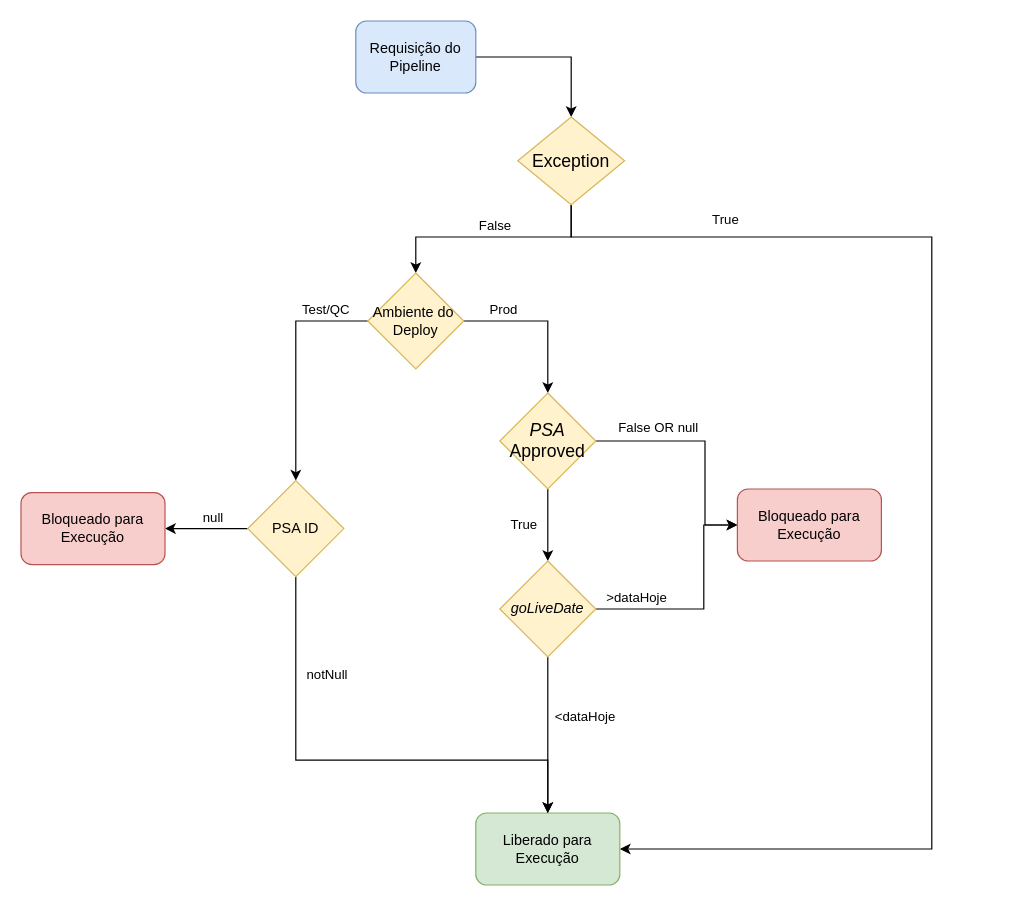
Before: DevSec.drawio in jovblopes/Internet-of-Things, a draw.io diagram. Source tidied: cells renumbered, new cells numbered last; positions are measured from the earlier drawing's top-left corner, leaving out a move shared by most shapes. Both pictures are drawn from the tidied source at 120%, with x=0, y=0 at pixel (20, 20).
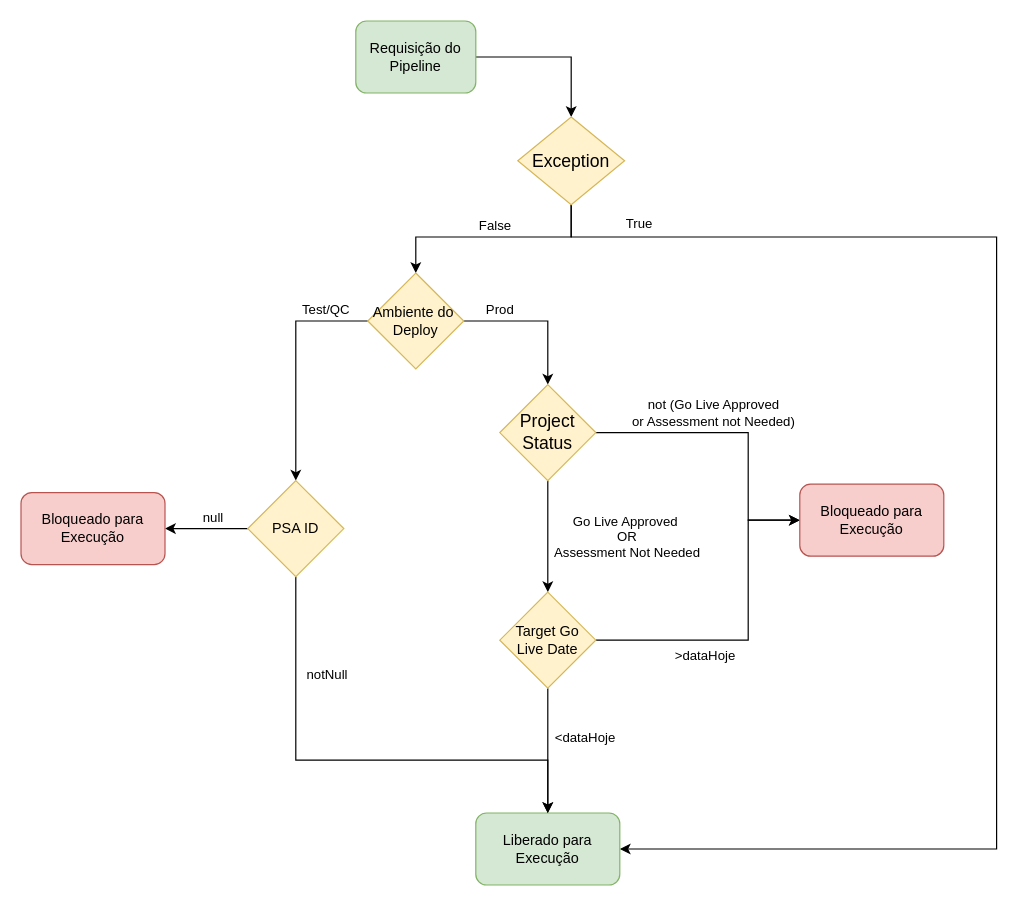
The same page after the edit.

The change refers to these unchanged cells:
```xml
<mxCell id="8" value="&lt;span lang=&quot;EN-US&quot; style=&quot;font-size: 11pt ; font-family: &amp;#34;calibri&amp;#34; , sans-serif&quot;&gt;Exception&lt;/span&gt;" style="rhombus;whiteSpace=wrap;html=1;fillColor=#fff2cc;strokeColor=#d6b656;" parent="1" vertex="1">
  <mxGeometry x="414" y="80" width="89" height="73" as="geometry" />
</mxCell>
<mxCell id="9" value="Liberado para Execução" style="rounded=1;whiteSpace=wrap;html=1;fillColor=#d5e8d4;strokeColor=#82b366;" parent="1" vertex="1">
  <mxGeometry x="379" y="660" width="120" height="60" as="geometry" />
</mxCell>
```

The edit, as a diff of the source:
```diff
@@
-    <mxCell id="3" value="Requisição do Pipeline" style="rounded=1;whiteSpace=wrap;html=1;fillColor=#dae8fc;strokeColor=#6c8ebf;" parent="1" vertex="1">
+    <mxCell id="3" value="Requisição do Pipeline" style="rounded=1;whiteSpace=wrap;html=1;fillColor=#d5e8d4;strokeColor=#82b366;" parent="1" vertex="1">
       <mxGeometry x="279" width="100" height="60" as="geometry" />
     </mxCell>
@@
     <mxCell id="6" style="edgeStyle=orthogonalEdgeStyle;rounded=0;jettySize=auto;html=1;entryX=1;entryY=0.5;entryDx=0;entryDy=0;" parent="1" edge="1" source="8" target="9">
       <mxGeometry relative="1" as="geometry">
         <Array as="points">
-          <mxPoint x="459" y="180" />
-          <mxPoint x="759" y="180" />
-          <mxPoint x="759" y="690" />
+          <mxPoint x="458" y="180" />
+          <mxPoint x="813" y="180" />
+          <mxPoint x="813" y="690" />
         </Array>
       </mxGeometry>
     </mxCell>
     <mxCell id="7" value="True" style="edgeLabel;html=1;align=center;verticalAlign=middle;" parent="6" vertex="1">
       <mxGeometry x="0.22" y="3" relative="1" as="geometry">
-        <mxPoint x="-176" y="-356" as="offset" />
+        <mxPoint x="-302" y="-365" as="offset" />
       </mxGeometry>
     </mxCell>
@@
-    <mxCell id="15" value="True" style="edgeStyle=orthogonalEdgeStyle;rounded=0;jettySize=auto;html=1;" parent="1" edge="1" source="18" target="23">
-      <mxGeometry y="-20" relative="1" as="geometry" />
-    </mxCell>
-    <mxCell id="16" style="edgeStyle=orthogonalEdgeStyle;rounded=0;jettySize=auto;html=1;entryX=0;entryY=0.5;entryDx=0;entryDy=0;" parent="1" edge="1" source="18" target="24">
+    <mxCell id="16" style="edgeStyle=orthogonalEdgeStyle;rounded=0;jettySize=auto;html=1;entryX=0;entryY=0.5;entryDx=0;entryDy=0;exitX=1;exitY=0.5;exitDx=0;exitDy=0;" parent="1" edge="1" source="18" target="24">
       <mxGeometry relative="1" as="geometry">
         <Array as="points">
-          <mxPoint x="570" y="350" />
-          <mxPoint x="570" y="420" />
+          <mxPoint x="606" y="343" />
+          <mxPoint x="606" y="416" />
         </Array>
       </mxGeometry>
     </mxCell>
-    <mxCell id="17" value="False OR null" style="edgeLabel;html=1;align=center;verticalAlign=middle;" parent="16" vertex="1">
+    <mxCell id="17" value="not (Go Live Approved &lt;br&gt;or Assessment not Needed)" style="edgeLabel;html=1;align=center;verticalAlign=middle;" parent="16" vertex="1">
       <mxGeometry x="-0.25" y="-1" relative="1" as="geometry">
-        <mxPoint x="-20" y="-13" as="offset" />
+        <mxPoint x="6" y="-18" as="offset" />
       </mxGeometry>
     </mxCell>
+    <mxCell id="15" value="Go Live Approved&amp;nbsp;&lt;br&gt;OR&lt;br&gt;Assessment Not Needed" style="edgeStyle=orthogonalEdgeStyle;rounded=0;jettySize=auto;html=1;entryX=0.5;entryY=0;entryDx=0;entryDy=0;" parent="1" edge="1" source="18" target="23">
+      <mxGeometry x="0.02" y="66" relative="1" as="geometry" />
+    </mxCell>
-    <mxCell id="18" value="&lt;span style=&quot;font-size: 11pt ; font-family: &amp;#34;calibri&amp;#34; , sans-serif&quot;&gt;&lt;i&gt;PSA&lt;/i&gt;&lt;br&gt;Approved&lt;/span&gt;" style="rhombus;whiteSpace=wrap;html=1;fillColor=#fff2cc;strokeColor=#d6b656;" parent="1" vertex="1">
-      <mxGeometry x="399" y="310" width="80" height="80" as="geometry" />
+    <mxCell id="18" value="&lt;font face=&quot;calibri, sans-serif&quot;&gt;&lt;span style=&quot;font-size: 14.6667px&quot;&gt;Project Status&lt;/span&gt;&lt;/font&gt;" style="rhombus;whiteSpace=wrap;html=1;fillColor=#fff2cc;strokeColor=#d6b656;" parent="1" vertex="1">
+      <mxGeometry x="399" y="303" width="80" height="80" as="geometry" />
     </mxCell>
-    <mxCell id="19" style="edgeStyle=orthogonalEdgeStyle;rounded=0;jettySize=auto;html=1;entryX=0;entryY=0.5;entryDx=0;entryDy=0;" parent="1" edge="1" source="23" target="24">
+    <mxCell id="19" style="edgeStyle=orthogonalEdgeStyle;rounded=0;jettySize=auto;html=1;exitX=1;exitY=0.5;exitDx=0;exitDy=0;entryX=0;entryY=0.5;entryDx=0;entryDy=0;" parent="1" edge="1" source="23" target="24">
       <mxGeometry relative="1" as="geometry">
         <Array as="points">
-          <mxPoint x="569" y="490" />
-          <mxPoint x="569" y="420" />
+          <mxPoint x="606" y="516" />
+          <mxPoint x="606" y="416" />
         </Array>
       </mxGeometry>
     </mxCell>
     <mxCell id="20" value="&amp;gt;dataHoje" style="edgeLabel;html=1;align=center;verticalAlign=middle;" parent="19" vertex="1">
       <mxGeometry x="-0.81" relative="1" as="geometry">
-        <mxPoint x="15" y="-10" as="offset" />
+        <mxPoint x="64" y="12" as="offset" />
       </mxGeometry>
     </mxCell>
@@
-    <mxCell id="23" value="&lt;i&gt;goLiveDate&lt;/i&gt;" style="rhombus;whiteSpace=wrap;html=1;fillColor=#fff2cc;strokeColor=#d6b656;" parent="1" vertex="1">
-      <mxGeometry x="399" y="450" width="80" height="80" as="geometry" />
+    <mxCell id="23" value="Target Go Live Date" style="rhombus;whiteSpace=wrap;html=1;fillColor=#fff2cc;strokeColor=#d6b656;" parent="1" vertex="1">
+      <mxGeometry x="399" y="476" width="80" height="80" as="geometry" />
     </mxCell>
     <mxCell id="24" value="Bloqueado para Execução" style="rounded=1;whiteSpace=wrap;html=1;fillColor=#f8cecc;strokeColor=#b85450;" parent="1" vertex="1">
-      <mxGeometry x="597" y="390" width="120" height="60" as="geometry" />
+      <mxGeometry x="649" y="386" width="120" height="60" as="geometry" />
     </mxCell>
```
